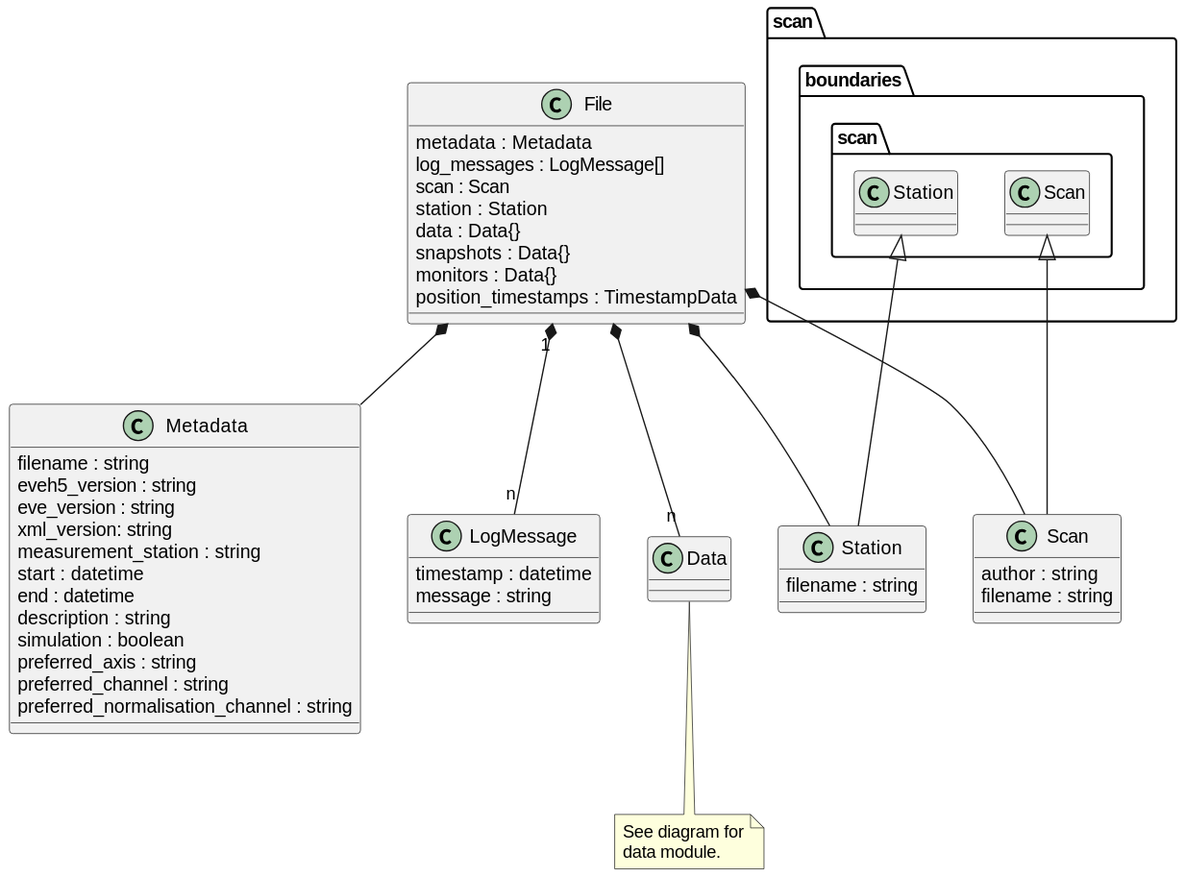
This is docs/uml/evedata.evefile.entities.file.svg from tillbiskup/evedata, a PlantUML export, as it was before one commit.
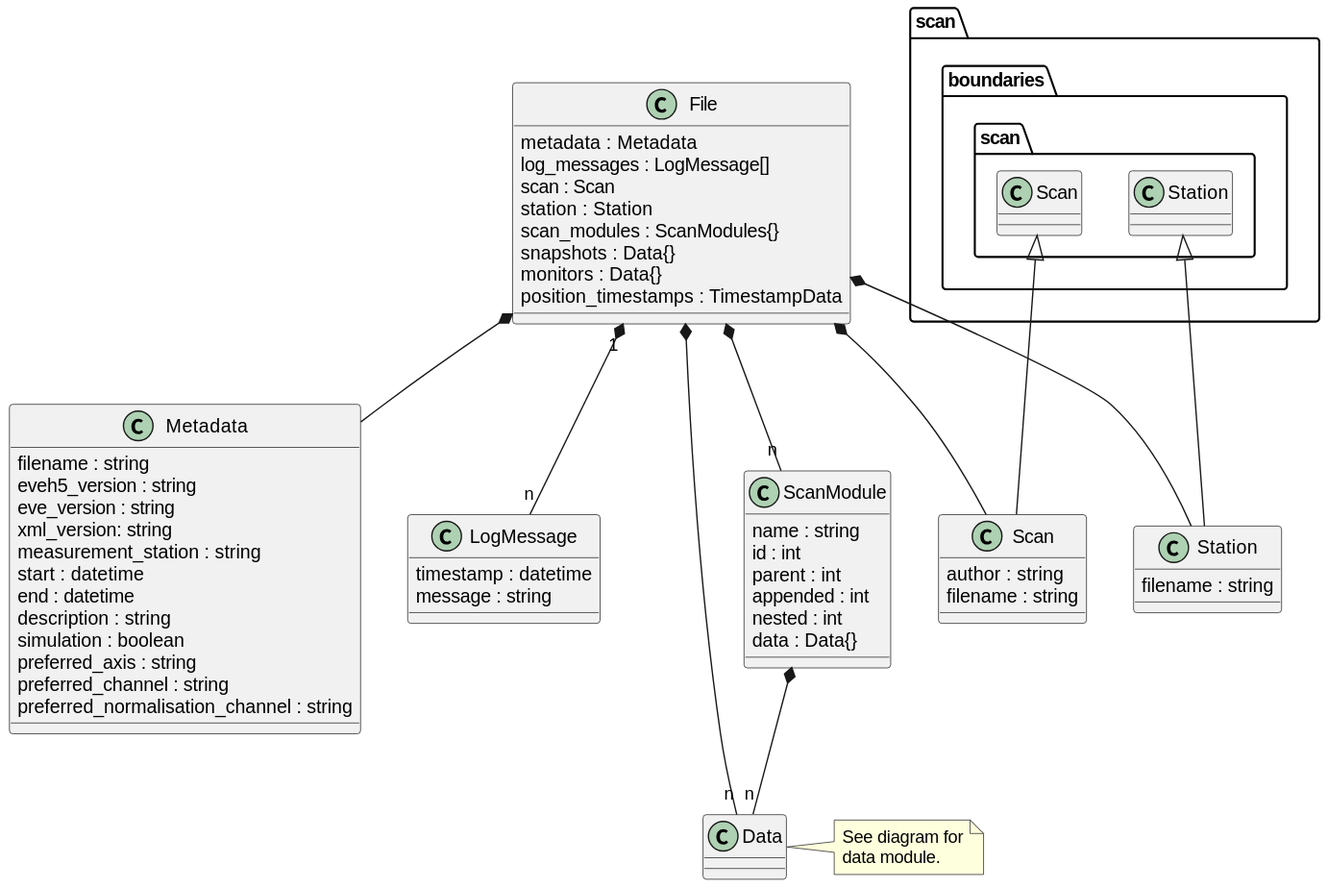
The same file after the commit.

Commit message:
Implement ScanModule class on evefile.entities level; adapt UML diagrams to reflect changes

Diff of the diagram source:
```diff
@@ -4,14 +4,14 @@
     log_messages : LogMessage[]
     scan : Scan
     station : Station
-    data : Data{}
+    scan_modules : ScanModules{}
     snapshots : Data{}
     monitors : Data{}
     position_timestamps : TimestampData
 }
 
+File *-- "n" ScanModule
 File *-- "n" Data
-note bottom: See diagram for\ndata module.
 
 class Metadata{
     filename : string
@@ -33,6 +33,19 @@
     message : string
 }
 
+
+class ScanModule {
+    name : string
+    id : int
+    parent : int
+    appended : int
+    nested : int
+    data : Data{}
+}
+
+ScanModule *-- "n" Data
+note right of Data: See diagram for\ndata module.
+
 class Scan extends scan.boundaries.scan.Scan {
     author : string
     filename : string
```
